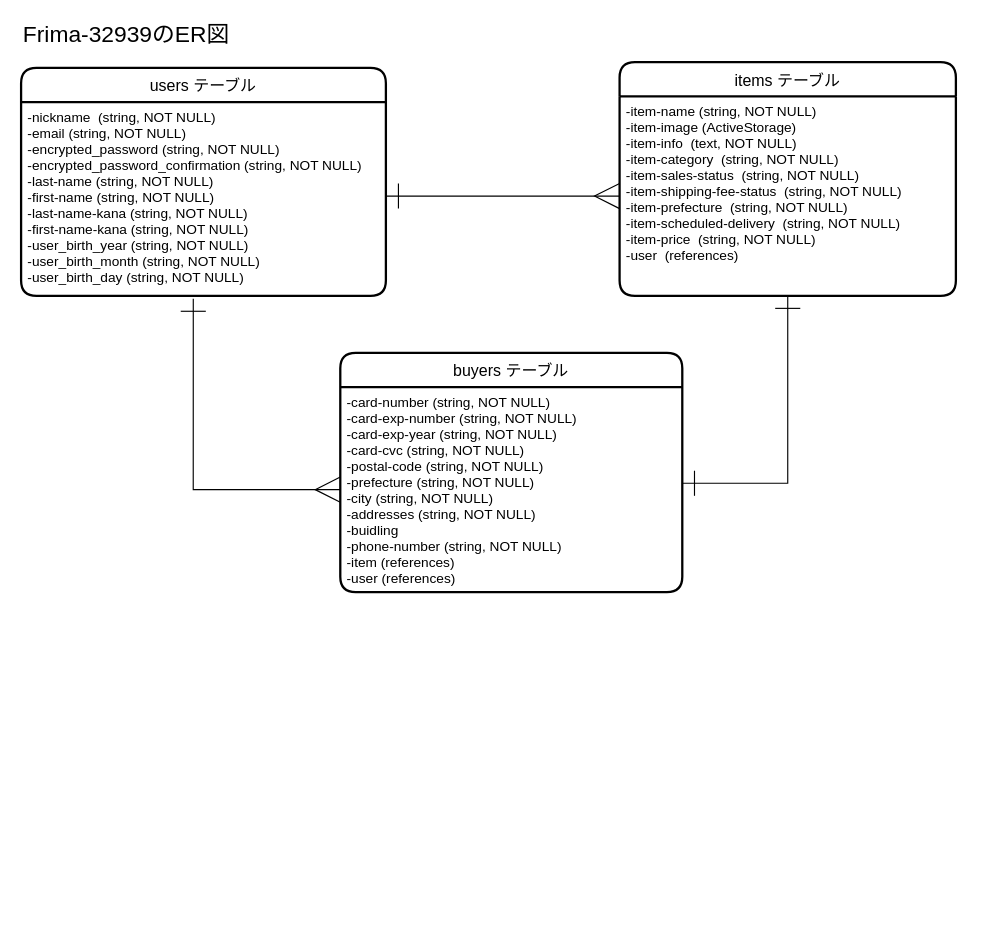
Before: ERM.dio in DAIKINKO/frima-32939, a draw.io diagram. Source tidied: cells renumbered, new cells numbered last; positions are measured from the earlier drawing's top-left corner, leaving out a move shared by most shapes. Both pictures are drawn from the tidied source at 114%, with x=0, y=0 at pixel (21, 22).
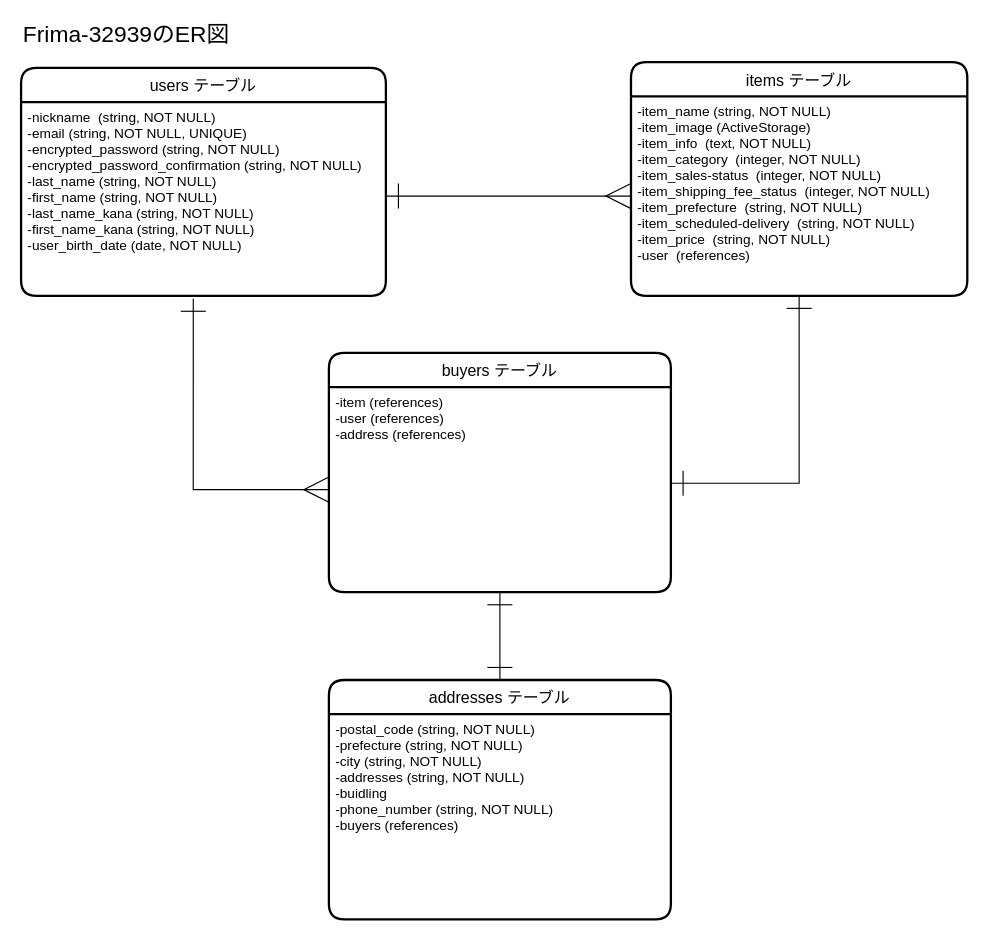
The same diagram, later.

The edit, as a diff of the source:
```diff
@@
 <mxGraphModel>
   <root>
     <mxCell id="0" />
     <mxCell id="1" parent="0" />
     <mxCell id="2" value="users テーブル" style="swimlane;horizontal=1;startSize=30;rounded=1;fontSize=14;fontStyle=0;strokeWidth=2;shadow=0;dashed=0;align=center;" parent="1" vertex="1">
       <mxGeometry y="40" width="320" height="200" as="geometry" />
     </mxCell>
-    <mxCell id="3" value="-nickname  (string, NOT NULL)&#10;-email (string, NOT NULL)&#10;-encrypted_password (string, NOT NULL)&#10;-encrypted_password_confirmation (string, NOT NULL)&#10;-last-name (string, NOT NULL)&#10;-first-name (string, NOT NULL)&#10;-last-name-kana (string, NOT NULL)&#10;-first-name-kana (string, NOT NULL)&#10;-user_birth_year (string, NOT NULL)&#10;-user_birth_month (string, NOT NULL)&#10;-user_birth_day (string, NOT NULL)" style="align=left;strokeColor=none;fillColor=none;spacingLeft=4;fontSize=12;verticalAlign=top;" parent="2" vertex="1">
+    <mxCell id="3" value="-nickname  (string, NOT NULL)&#10;-email (string, NOT NULL, UNIQUE)&#10;-encrypted_password (string, NOT NULL)&#10;-encrypted_password_confirmation (string, NOT NULL)&#10;-last_name (string, NOT NULL)&#10;-first_name (string, NOT NULL)&#10;-last_name_kana (string, NOT NULL)&#10;-first_name_kana (string, NOT NULL)&#10;-user_birth_date (date, NOT NULL)" style="align=left;strokeColor=none;fillColor=none;spacingLeft=4;fontSize=12;verticalAlign=top;" parent="2" vertex="1">
       <mxGeometry y="30" width="320" height="170" as="geometry" />
     </mxCell>
     <mxCell id="4" value="&lt;font style=&quot;font-size: 20px&quot;&gt;Frima-32939のER図&lt;/font&gt;" style="text;html=1;strokeColor=none;fillColor=none;align=left;verticalAlign=middle;whiteSpace=wrap;rounded=0;" parent="1" vertex="1">
       <mxGeometry width="250" height="20" as="geometry" />
     </mxCell>
     <mxCell id="5" value="items テーブル" style="swimlane;horizontal=1;startSize=30;rounded=1;fontSize=14;fontStyle=0;strokeWidth=2;shadow=0;dashed=0;align=center;" parent="1" vertex="1">
-      <mxGeometry x="525" y="35" width="295" height="205" as="geometry" />
+      <mxGeometry x="535" y="35" width="295" height="205" as="geometry" />
     </mxCell>
-    <mxCell id="6" value="-item-name (string, NOT NULL)&#10;-item-image (ActiveStorage)&#10;-item-info  (text, NOT NULL)&#10;-item-category  (string, NOT NULL)&#10;-item-sales-status  (string, NOT NULL)&#10;-item-shipping-fee-status  (string, NOT NULL)&#10;-item-prefecture  (string, NOT NULL)&#10;-item-scheduled-delivery  (string, NOT NULL)&#10;-item-price  (string, NOT NULL)&#10;-user  (references)" style="align=left;strokeColor=none;fillColor=none;spacingLeft=4;fontSize=12;verticalAlign=top;fontStyle=0;" parent="5" vertex="1">
+    <mxCell id="6" value="-item_name (string, NOT NULL)&#10;-item_image (ActiveStorage)&#10;-item_info  (text, NOT NULL)&#10;-item_category  (integer, NOT NULL)&#10;-item_sales-status  (integer, NOT NULL)&#10;-item_shipping_fee_status  (integer, NOT NULL)&#10;-item_prefecture  (string, NOT NULL)&#10;-item_scheduled-delivery  (string, NOT NULL)&#10;-item_price  (string, NOT NULL)&#10;-user  (references)" style="align=left;strokeColor=none;fillColor=none;spacingLeft=4;fontSize=12;verticalAlign=top;fontStyle=0;" parent="5" vertex="1">
       <mxGeometry y="30" width="295" height="175" as="geometry" />
     </mxCell>
     <mxCell id="7" style="edgeStyle=orthogonalEdgeStyle;rounded=0;jettySize=auto;html=1;startArrow=ERone;startFill=0;startSize=20;endArrow=ERone;endFill=0;endSize=20;strokeWidth=1;entryX=0.5;entryY=1;entryDx=0;entryDy=0;exitX=0.999;exitY=0.469;exitDx=0;exitDy=0;exitPerimeter=0;" parent="1" edge="1" source="9" target="6">
       <mxGeometry relative="1" as="geometry" />
     </mxCell>
     <mxCell id="8" value="buyers テーブル" style="swimlane;horizontal=1;startSize=30;rounded=1;fontSize=14;fontStyle=0;strokeWidth=2;shadow=0;dashed=0;align=center;" parent="1" vertex="1">
-      <mxGeometry x="280" y="290" width="300" height="210" as="geometry" />
+      <mxGeometry x="270" y="290" width="300" height="210" as="geometry" />
     </mxCell>
-    <mxCell id="9" value="-card-number (string, NOT NULL)&#10;-card-exp-number (string, NOT NULL)&#10;-card-exp-year (string, NOT NULL)&#10;-card-cvc (string, NOT NULL)&#10;-postal-code (string, NOT NULL)&#10;-prefecture (string, NOT NULL)&#10;-city (string, NOT NULL)&#10;-addresses (string, NOT NULL)&#10;-buidling&#10;-phone-number (string, NOT NULL)&#10;-item (references)&#10;-user (references)" style="align=left;strokeColor=none;fillColor=none;spacingLeft=4;fontSize=12;verticalAlign=top;" parent="8" vertex="1">
+    <mxCell id="9" value="-item (references)&#10;-user (references)&#10;-address (references)" style="align=left;strokeColor=none;fillColor=none;spacingLeft=4;fontSize=12;verticalAlign=top;" parent="8" vertex="1">
       <mxGeometry y="30" width="300" height="180" as="geometry" />
     </mxCell>
     <mxCell id="10" style="edgeStyle=orthogonalEdgeStyle;rounded=0;jettySize=auto;html=1;entryX=0;entryY=0.5;entryDx=0;entryDy=0;startArrow=ERone;startFill=0;startSize=20;endArrow=ERmany;endFill=0;endSize=20;" parent="1" edge="1" source="3" target="6">
       <mxGeometry relative="1" as="geometry">
         <Array as="points">
           <mxPoint x="423" y="153" />
         </Array>
       </mxGeometry>
     </mxCell>
     <mxCell id="11" style="edgeStyle=orthogonalEdgeStyle;rounded=0;jettySize=auto;html=1;startArrow=ERmany;startFill=0;startSize=20;endArrow=ERone;endFill=0;endSize=20;entryX=0.472;entryY=1.015;entryDx=0;entryDy=0;entryPerimeter=0;exitX=0;exitY=0.5;exitDx=0;exitDy=0;" parent="1" edge="1" source="9" target="3">
       <mxGeometry relative="1" as="geometry" />
     </mxCell>
+    <mxCell id="12" value="addresses テーブル" style="swimlane;horizontal=1;startSize=30;rounded=1;fontSize=14;fontStyle=0;strokeWidth=2;shadow=0;dashed=0;align=center;" parent="1" vertex="1">
+      <mxGeometry x="270" y="577" width="300" height="210" as="geometry" />
+    </mxCell>
+    <mxCell id="13" value="-postal_code (string, NOT NULL)&#10;-prefecture (string, NOT NULL)&#10;-city (string, NOT NULL)&#10;-addresses (string, NOT NULL)&#10;-buidling&#10;-phone_number (string, NOT NULL)&#10;-buyers (references)" style="align=left;strokeColor=none;fillColor=none;spacingLeft=4;fontSize=12;verticalAlign=top;" parent="12" vertex="1">
+      <mxGeometry y="30" width="300" height="180" as="geometry" />
+    </mxCell>
+    <mxCell id="14" style="edgeStyle=orthogonalEdgeStyle;rounded=0;jettySize=auto;html=1;entryX=0.5;entryY=1;entryDx=0;entryDy=0;startArrow=ERone;startFill=0;startSize=20;endArrow=ERone;endFill=0;endSize=20;exitX=0.5;exitY=0;exitDx=0;exitDy=0;" parent="1" edge="1" source="12" target="8">
+      <mxGeometry relative="1" as="geometry" />
+    </mxCell>
   </root>
 </mxGraphModel>
```
